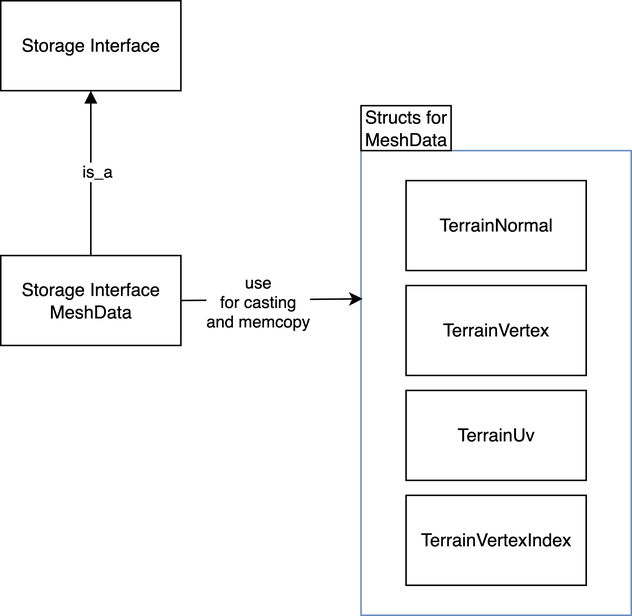
WalterKusnezow03/ue5_storagePlugin keeps this draw.io diagram as storageInterfaceSA.drawio.png. Above is the earlier version. Source tidied: cells renumbered, new cells last; positions are measured from the earlier drawing's top-left corner, leaving out a move shared by most shapes. The source it was exported from:
```xml
<mxGraphModel>
  <root>
    <mxCell id="0" />
    <mxCell id="1" parent="0" />
    <mxCell id="2" value="Storage Interface" style="rounded=0;whiteSpace=wrap;html=1;" parent="1" vertex="1">
      <mxGeometry width="120" height="60" as="geometry" />
    </mxCell>
    <mxCell id="3" value="Storage Interface&lt;div&gt;MeshData&lt;/div&gt;" style="rounded=0;whiteSpace=wrap;html=1;" parent="1" vertex="1">
      <mxGeometry y="170" width="120" height="60" as="geometry" />
    </mxCell>
    <mxCell id="4" value="TerrainNormal" style="rounded=0;whiteSpace=wrap;html=1;" parent="1" vertex="1">
      <mxGeometry x="270" y="120" width="120" height="60" as="geometry" />
    </mxCell>
    <mxCell id="5" value="TerrainVertex" style="rounded=0;whiteSpace=wrap;html=1;" parent="1" vertex="1">
      <mxGeometry x="270" y="190" width="120" height="60" as="geometry" />
    </mxCell>
    <mxCell id="6" value="TerrainUv" style="rounded=0;whiteSpace=wrap;html=1;" parent="1" vertex="1">
      <mxGeometry x="270" y="260" width="120" height="60" as="geometry" />
    </mxCell>
    <mxCell id="7" value="TerrainVertexIndex" style="rounded=0;whiteSpace=wrap;html=1;" parent="1" vertex="1">
      <mxGeometry x="270" y="330" width="120" height="60" as="geometry" />
    </mxCell>
    <mxCell id="8" style="rounded=0;whiteSpace=wrap;html=1;fillColor=none;strokeColor=#6c8ebf;" parent="1" vertex="1">
      <mxGeometry x="240" y="100" width="180" height="310" as="geometry" />
    </mxCell>
    <mxCell id="9" style="endArrow=classic;html=1;rounded=0;exitX=1;exitY=0.5;exitDx=0;exitDy=0;entryX=0.006;entryY=0.319;entryDx=0;entryDy=0;entryPerimeter=0;" parent="1" edge="1" source="3" target="8">
      <mxGeometry relative="1" as="geometry" />
    </mxCell>
    <mxCell id="10" value="use&lt;div&gt;for casting&lt;/div&gt;&lt;div&gt;and memcopy&lt;/div&gt;" style="edgeLabel;html=1;align=center;verticalAlign=middle;" parent="9" vertex="1">
      <mxGeometry x="0.22" y="-1" relative="1" as="geometry">
        <mxPoint x="-24" as="offset" />
      </mxGeometry>
    </mxCell>
    <mxCell id="11" value="Structs for MeshData" style="text;html=1;align=center;verticalAlign=middle;whiteSpace=wrap;rounded=0;fillColor=default;gradientColor=none;strokeColor=default;" parent="1" vertex="1">
      <mxGeometry x="240" y="70" width="60" height="30" as="geometry" />
    </mxCell>
    <mxCell id="12" style="endArrow=block;html=1;rounded=0;exitX=0.5;exitY=0;exitDx=0;exitDy=0;entryX=0.5;entryY=1;entryDx=0;entryDy=0;endFill=1;" parent="1" edge="1" source="3" target="2">
      <mxGeometry relative="1" as="geometry" />
    </mxCell>
    <mxCell id="13" value="is_a" style="edgeLabel;html=1;align=center;verticalAlign=middle;" parent="12" vertex="1">
      <mxGeometry x="0.04" y="-3" relative="1" as="geometry" />
    </mxCell>
  </root>
</mxGraphModel>
```
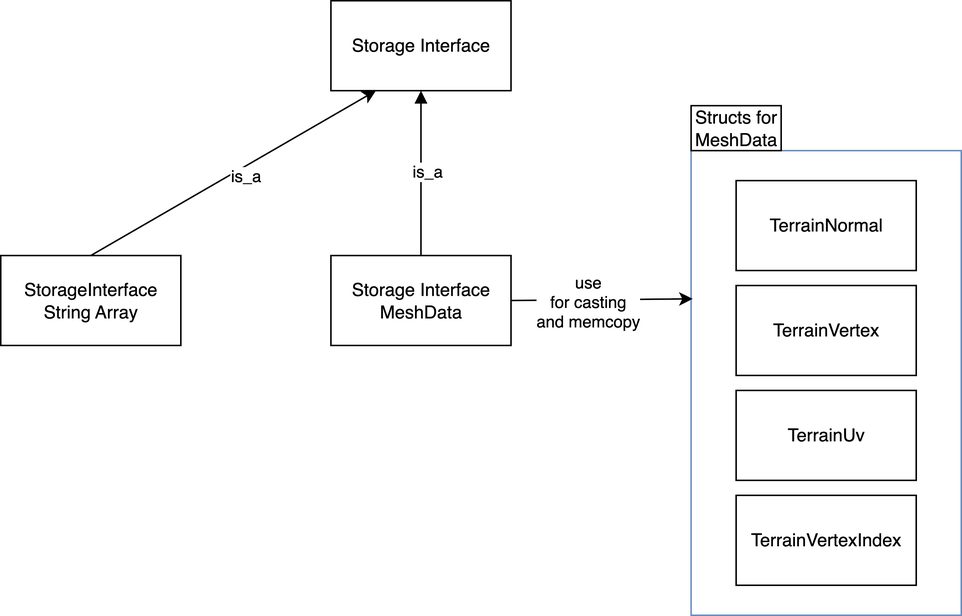
Above is the later version.

Commit message:
string array support added

What changed in the source:
```diff
@@ -37,8 +37,17 @@
     <mxCell id="12" style="endArrow=block;html=1;rounded=0;exitX=0.5;exitY=0;exitDx=0;exitDy=0;entryX=0.5;entryY=1;entryDx=0;entryDy=0;endFill=1;" parent="1" edge="1" source="3" target="2">
       <mxGeometry relative="1" as="geometry" />
     </mxCell>
-    <mxCell id="13" value="is_a" style="edgeLabel;html=1;align=center;verticalAlign=middle;" parent="12" vertex="1">
-      <mxGeometry x="0.04" y="-3" relative="1" as="geometry" />
-    </mxCell>
+    <mxCell id="14" value="is_a" style="edgeLabel;html=1;align=center;verticalAlign=middle;" parent="12" vertex="1">
+      <mxGeometry x="0.04" y="-3" relative="1" as="geometry" />
+    </mxCell>
+    <mxCell id="15" value="StorageInterface&lt;div&gt;String Array&lt;/div&gt;" style="rounded=0;whiteSpace=wrap;html=1;" parent="1" vertex="1">
+      <mxGeometry x="-220" y="170" width="120" height="60" as="geometry" />
+    </mxCell>
+    <mxCell id="16" style="endArrow=classic;html=1;rounded=0;exitX=0.5;exitY=0;exitDx=0;exitDy=0;entryX=0.25;entryY=1;entryDx=0;entryDy=0;" parent="1" edge="1" source="15" target="2">
+      <mxGeometry relative="1" as="geometry" />
+    </mxCell>
+    <mxCell id="17" value="is_a" style="edgeLabel;html=1;align=center;verticalAlign=middle;" parent="16" vertex="1">
+      <mxGeometry x="0.06" y="-5" relative="1" as="geometry" />
+    </mxCell>
   </root>
 </mxGraphModel>
```
